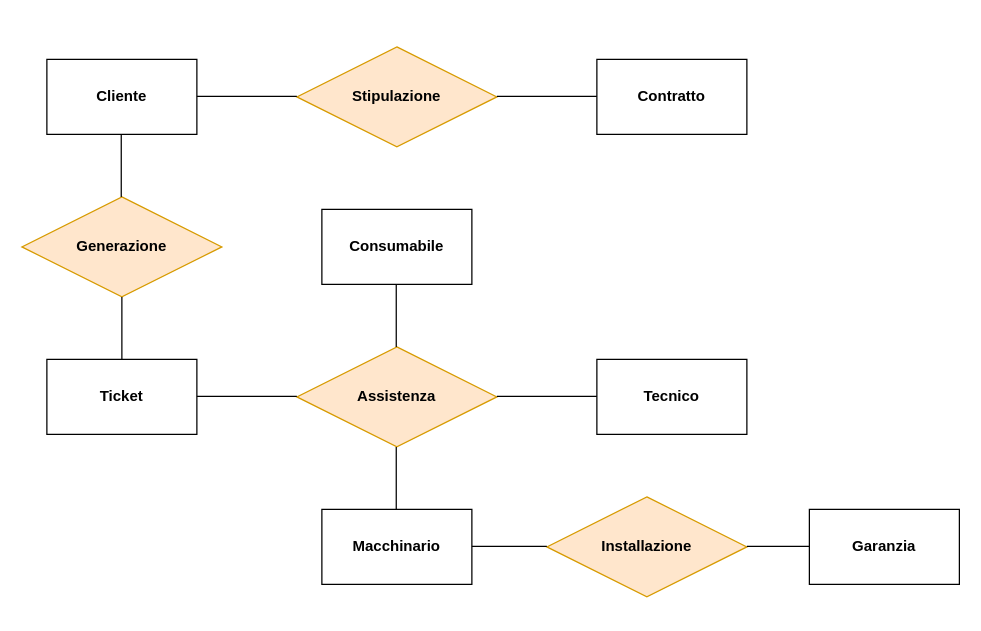
Earlier version of the draw.io diagram Diagrammi/schema scheletro.drawio (fedeStaffo/Progetto_Basi_di_dati). Source tidied: cells renumbered, new cells numbered last; positions are measured from the earlier drawing's top-left corner, leaving out a move shared by most shapes. Both pictures are drawn from the tidied source at 125%, with x=0, y=0 at pixel (21, 46).
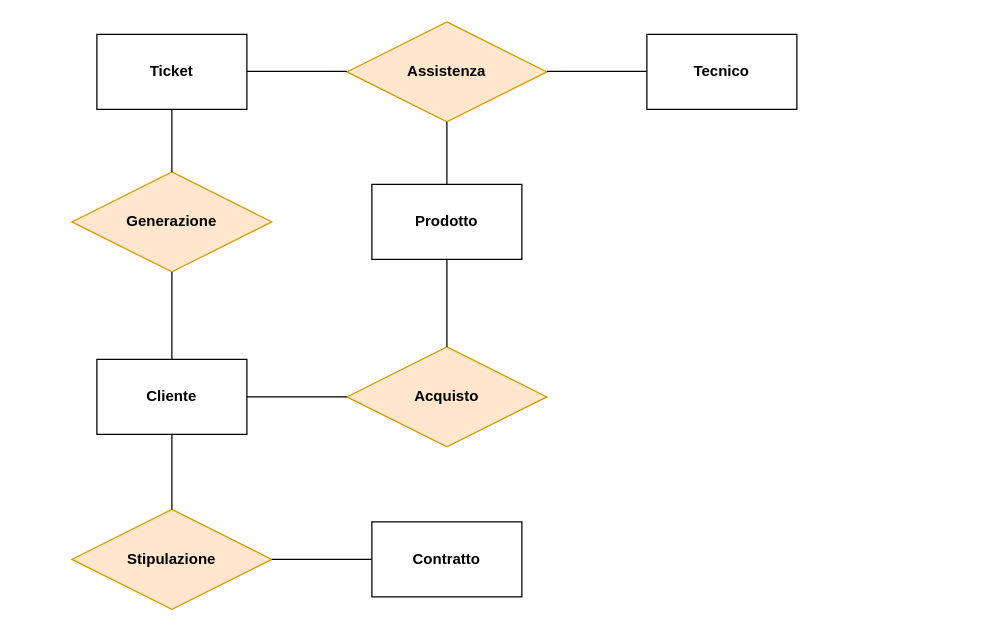
The same diagram, later.

Change to the diagram source:
```diff
@@
     <mxCell id="2" value="&lt;b&gt;Contratto&lt;/b&gt;" style="rounded=0;whiteSpace=wrap;html=1;" parent="1" vertex="1">
-      <mxGeometry x="460" y="10" width="120" height="60" as="geometry" />
+      <mxGeometry x="280" y="380" width="120" height="60" as="geometry" />
     </mxCell>
     <mxCell id="3" value="&lt;b&gt;Cliente&lt;/b&gt;" style="rounded=0;whiteSpace=wrap;html=1;" parent="1" vertex="1">
-      <mxGeometry x="20" y="10" width="120" height="60" as="geometry" />
+      <mxGeometry x="60" y="250" width="120" height="60" as="geometry" />
     </mxCell>
-    <mxCell id="4" value="&lt;b&gt;Garanzia&lt;/b&gt;" style="rounded=0;whiteSpace=wrap;html=1;" parent="1" vertex="1">
-      <mxGeometry x="630" y="370" width="120" height="60" as="geometry" />
-    </mxCell>
-    <mxCell id="5" value="&lt;b&gt;Macchinario&lt;/b&gt;" style="rounded=0;whiteSpace=wrap;html=1;" parent="1" vertex="1">
-      <mxGeometry x="240" y="370" width="120" height="60" as="geometry" />
-    </mxCell>
     <mxCell id="6" value="&lt;b&gt;Ticket&lt;/b&gt;" style="rounded=0;whiteSpace=wrap;html=1;" parent="1" vertex="1">
-      <mxGeometry x="20" y="250" width="120" height="60" as="geometry" />
+      <mxGeometry x="60" y="-10" width="120" height="60" as="geometry" />
     </mxCell>
-    <mxCell id="7" value="&lt;b&gt;Consumabile&lt;/b&gt;" style="rounded=0;whiteSpace=wrap;html=1;" parent="1" vertex="1">
-      <mxGeometry x="240" y="130" width="120" height="60" as="geometry" />
-    </mxCell>
     <mxCell id="8" value="&lt;b&gt;Tecnico&lt;/b&gt;" style="rounded=0;whiteSpace=wrap;html=1;" parent="1" vertex="1">
-      <mxGeometry x="460" y="250" width="120" height="60" as="geometry" />
+      <mxGeometry x="500" y="-10" width="120" height="60" as="geometry" />
     </mxCell>
     <mxCell id="9" value="&lt;b&gt;Stipulazione&lt;/b&gt;" style="rhombus;whiteSpace=wrap;html=1;fillColor=#ffe6cc;strokeColor=#d79b00;" parent="1" vertex="1">
-      <mxGeometry x="220" width="160" height="80" as="geometry" />
+      <mxGeometry x="40" y="370" width="160" height="80" as="geometry" />
     </mxCell>
-    <mxCell id="10" style="endArrow=none;html=1;rounded=0;" parent="1" edge="1">
-      <mxGeometry relative="1" as="geometry">
-        <mxPoint x="140" y="39.5" as="sourcePoint" />
-        <mxPoint x="220" y="39.5" as="targetPoint" />
-      </mxGeometry>
-    </mxCell>
-    <mxCell id="11" style="endArrow=none;html=1;rounded=0;" parent="1" edge="1">
-      <mxGeometry relative="1" as="geometry">
-        <mxPoint x="380" y="39.5" as="sourcePoint" />
-        <mxPoint x="460" y="39.5" as="targetPoint" />
-      </mxGeometry>
-    </mxCell>
     <mxCell id="12" value="&lt;b&gt;Generazione&lt;/b&gt;" style="rhombus;whiteSpace=wrap;html=1;fillColor=#ffe6cc;strokeColor=#d79b00;" parent="1" vertex="1">
-      <mxGeometry y="120" width="160" height="80" as="geometry" />
+      <mxGeometry x="40" y="100" width="160" height="80" as="geometry" />
     </mxCell>
-    <mxCell id="13" style="endArrow=none;html=1;rounded=0;entryX=0.5;entryY=0;entryDx=0;entryDy=0;" parent="1" edge="1" target="6">
-      <mxGeometry relative="1" as="geometry">
-        <mxPoint x="80" y="200" as="sourcePoint" />
-      </mxGeometry>
-    </mxCell>
-    <mxCell id="14" style="endArrow=none;html=1;rounded=0;" parent="1" edge="1">
-      <mxGeometry relative="1" as="geometry">
-        <mxPoint x="79.5" y="120" as="sourcePoint" />
-        <mxPoint x="79.5" y="70" as="targetPoint" />
-      </mxGeometry>
+    <mxCell id="14" style="endArrow=none;html=1;rounded=0;exitX=0.5;exitY=0;exitDx=0;exitDy=0;entryX=0.5;entryY=1;entryDx=0;entryDy=0;" parent="1" edge="1" source="3" target="12">
+      <mxGeometry relative="1" as="geometry" />
     </mxCell>
     <mxCell id="15" value="&lt;b&gt;Assistenza&lt;/b&gt;" style="rhombus;whiteSpace=wrap;html=1;fillColor=#ffe6cc;strokeColor=#d79b00;" parent="1" vertex="1">
-      <mxGeometry x="220" y="240" width="160" height="80" as="geometry" />
+      <mxGeometry x="260" y="-20" width="160" height="80" as="geometry" />
     </mxCell>
     <mxCell id="16" style="endArrow=none;html=1;rounded=0;" parent="1" edge="1">
       <mxGeometry relative="1" as="geometry">
-        <mxPoint x="140" y="279.5" as="sourcePoint" />
-        <mxPoint x="220" y="279.5" as="targetPoint" />
+        <mxPoint x="180" y="19.5" as="sourcePoint" />
+        <mxPoint x="260" y="19.5" as="targetPoint" />
       </mxGeometry>
     </mxCell>
     <mxCell id="17" style="endArrow=none;html=1;rounded=0;" parent="1" edge="1">
       <mxGeometry relative="1" as="geometry">
-        <mxPoint x="380" y="279.5" as="sourcePoint" />
-        <mxPoint x="460" y="279.5" as="targetPoint" />
+        <mxPoint x="420" y="19.5" as="sourcePoint" />
+        <mxPoint x="500" y="19.5" as="targetPoint" />
       </mxGeometry>
     </mxCell>
-    <mxCell id="18" style="endArrow=none;html=1;rounded=0;" parent="1" edge="1">
-      <mxGeometry relative="1" as="geometry">
-        <mxPoint x="299.5" y="240" as="sourcePoint" />
-        <mxPoint x="299.5" y="190" as="targetPoint" />
-      </mxGeometry>
-    </mxCell>
-    <mxCell id="19" style="endArrow=none;html=1;rounded=0;" parent="1" edge="1">
-      <mxGeometry relative="1" as="geometry">
-        <mxPoint x="299.5" y="370" as="sourcePoint" />
-        <mxPoint x="299.5" y="320" as="targetPoint" />
-      </mxGeometry>
-    </mxCell>
-    <mxCell id="20" value="&lt;b&gt;Installazione&lt;/b&gt;" style="rhombus;whiteSpace=wrap;html=1;fillColor=#ffe6cc;strokeColor=#d79b00;" parent="1" vertex="1">
-      <mxGeometry x="420" y="360" width="160" height="80" as="geometry" />
-    </mxCell>
-    <mxCell id="21" style="endArrow=none;html=1;rounded=0;" parent="1" edge="1">
-      <mxGeometry relative="1" as="geometry">
-        <mxPoint x="360" y="399.5" as="sourcePoint" />
-        <mxPoint x="420" y="399.5" as="targetPoint" />
-      </mxGeometry>
-    </mxCell>
-    <mxCell id="22" style="endArrow=none;html=1;rounded=0;" parent="1" edge="1">
-      <mxGeometry relative="1" as="geometry">
-        <mxPoint x="580" y="399.5" as="sourcePoint" />
-        <mxPoint x="630" y="399.5" as="targetPoint" />
-      </mxGeometry>
-    </mxCell>
+    <mxCell id="23" value="&lt;b&gt;Prodotto&lt;/b&gt;" style="rounded=0;whiteSpace=wrap;html=1;" parent="1" vertex="1">
+      <mxGeometry x="280" y="110" width="120" height="60" as="geometry" />
+    </mxCell>
+    <mxCell id="24" style="endArrow=none;html=1;rounded=0;entryX=0.5;entryY=1;entryDx=0;entryDy=0;exitX=0.5;exitY=0;exitDx=0;exitDy=0;" parent="1" edge="1" source="12" target="6">
+      <mxGeometry relative="1" as="geometry" />
+    </mxCell>
+    <mxCell id="25" value="&lt;b&gt;Acquisto&lt;/b&gt;" style="rhombus;whiteSpace=wrap;html=1;fillColor=#ffe6cc;strokeColor=#d79b00;" parent="1" vertex="1">
+      <mxGeometry x="260" y="240" width="160" height="80" as="geometry" />
+    </mxCell>
+    <mxCell id="26" style="endArrow=none;html=1;rounded=0;exitX=0.5;exitY=1;exitDx=0;exitDy=0;entryX=0.5;entryY=0;entryDx=0;entryDy=0;" parent="1" edge="1" source="3" target="9">
+      <mxGeometry relative="1" as="geometry" />
+    </mxCell>
+    <mxCell id="27" style="endArrow=none;html=1;rounded=0;entryX=0.5;entryY=1;entryDx=0;entryDy=0;exitX=0.5;exitY=0;exitDx=0;exitDy=0;" parent="1" edge="1" source="25" target="23">
+      <mxGeometry relative="1" as="geometry" />
+    </mxCell>
+    <mxCell id="28" style="endArrow=none;html=1;rounded=0;entryX=1;entryY=0.5;entryDx=0;entryDy=0;exitX=0;exitY=0.5;exitDx=0;exitDy=0;" parent="1" edge="1" source="25" target="3">
+      <mxGeometry relative="1" as="geometry" />
+    </mxCell>
+    <mxCell id="29" style="endArrow=none;html=1;rounded=0;exitX=1;exitY=0.5;exitDx=0;exitDy=0;entryX=0;entryY=0.5;entryDx=0;entryDy=0;" parent="1" edge="1" source="9" target="2">
+      <mxGeometry relative="1" as="geometry" />
+    </mxCell>
+    <mxCell id="30" style="endArrow=none;html=1;rounded=0;entryX=0.5;entryY=1;entryDx=0;entryDy=0;exitX=0.5;exitY=0;exitDx=0;exitDy=0;" parent="1" edge="1" source="23" target="15">
+      <mxGeometry relative="1" as="geometry" />
+    </mxCell>
```
